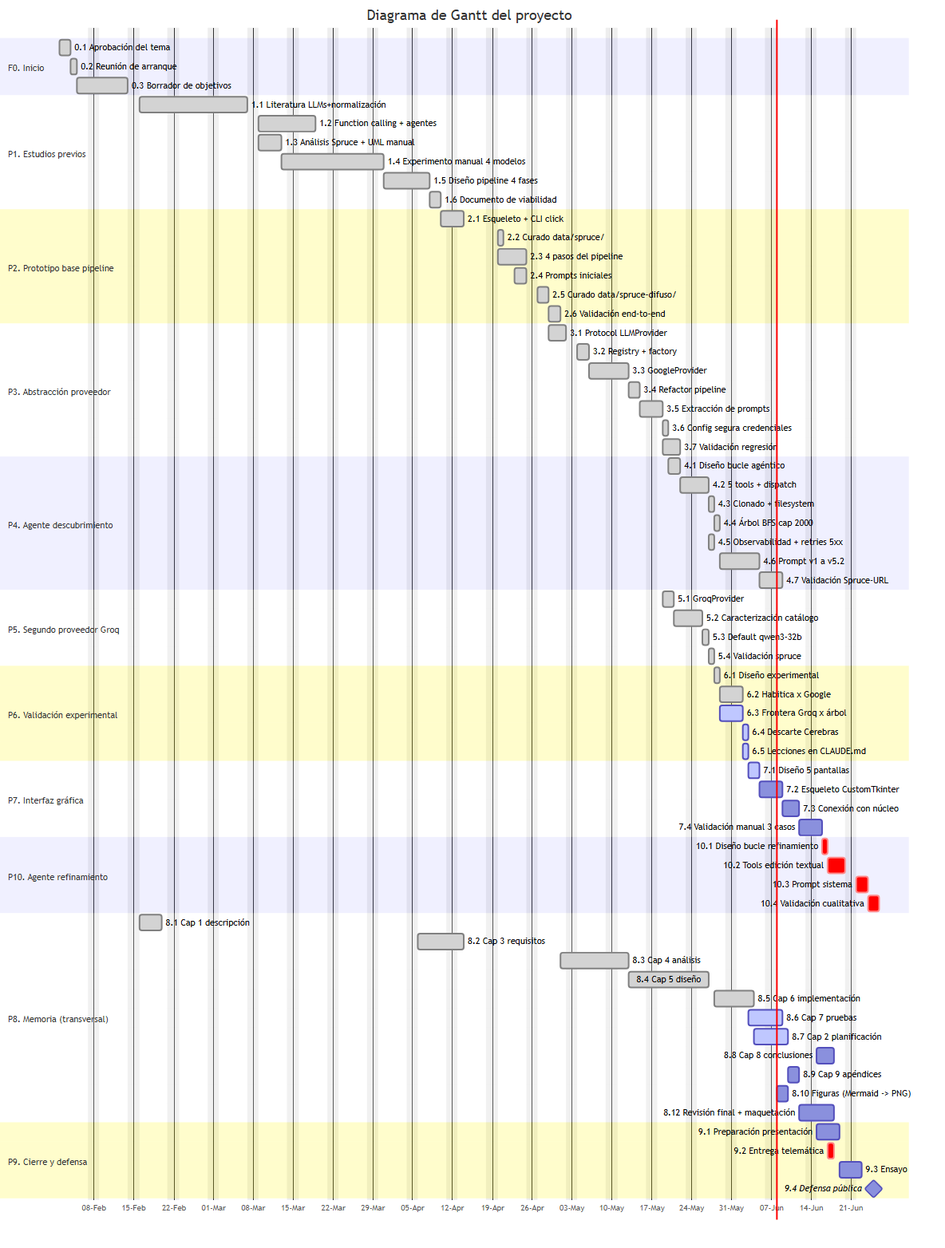
This is memoria/assets/png/fig-02-3.png from git-uni/llms-normalization-bd-models-tool, a Mermaid export, as it was before one commit. Its source is kept beside it as memoria/assets/mmd/fig-02-3.mmd.
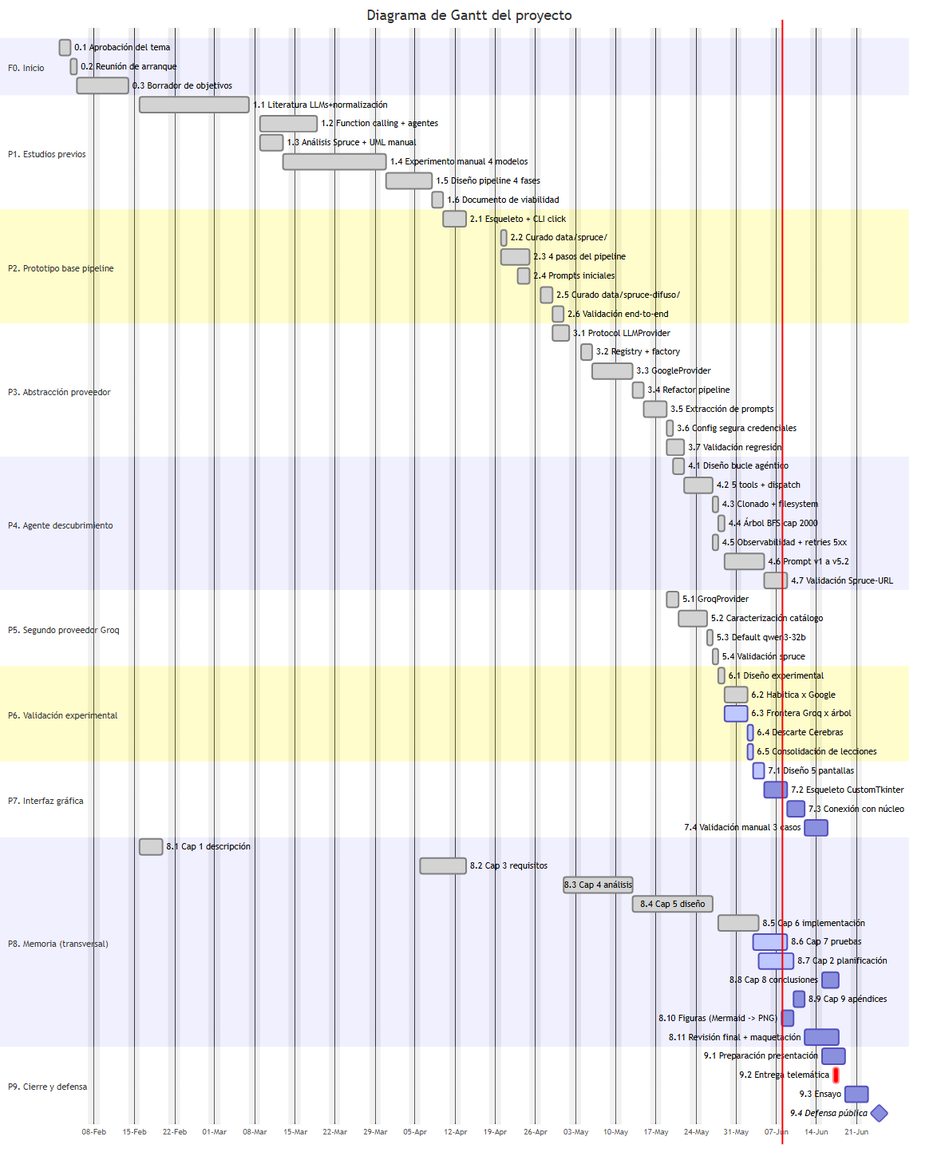
After the change.

Change to the diagram source:
```diff
@@ -54,19 +54,13 @@
     6.2 Habitica x Google              :done, t62, after t61, 2d
     6.3 Frontera Groq x árbol          :active, t63, 2026-05-29, 2d
     6.4 Descarte Cerebras              :active, t64, 2026-06-02, 1d
-    6.5 Lecciones en CLAUDE.md         :active, t65, 2026-06-02, 1d
+    6.5 Consolidación de lecciones     :active, t65, 2026-06-02, 1d
 
     section P7. Interfaz gráfica
     7.1 Diseño 5 pantallas             :active, t71, 2026-06-03, 2d
     7.2 Esqueleto CustomTkinter        :t72, after t71, 2d
     7.3 Conexión con núcleo            :t73, after t72, 3d
     7.4 Validación manual 3 casos      :t74, after t73, 2d
-
-    section P10. Agente refinamiento
-    10.1 Diseño bucle refinamiento     :crit, t101, 2026-06-16, 1d
-    10.2 Tools edición textual         :crit, t102, after t101, 3d
-    10.3 Prompt sistema                :crit, t103, after t102, 2d
-    10.4 Validación cualitativa        :crit, t104, after t103, 2d
 
     section P8. Memoria (transversal)
     8.1 Cap 1 descripción              :done, t81, 2026-02-16, 4d
@@ -79,7 +73,7 @@
     8.8 Cap 8 conclusiones             :t88, 2026-06-15, 3d
     8.9 Cap 9 apéndices                :t89, 2026-06-10, 2d
     8.10 Figuras (Mermaid -> PNG)      :t810, 2026-06-08, 2d
-    8.12 Revisión final + maquetación  :t812, 2026-06-12, 4d
+    8.11 Revisión final + maquetación  :t811, 2026-06-12, 4d
 
     section P9. Cierre y defensa
     9.1 Preparación presentación       :t91, 2026-06-15, 4d
```
